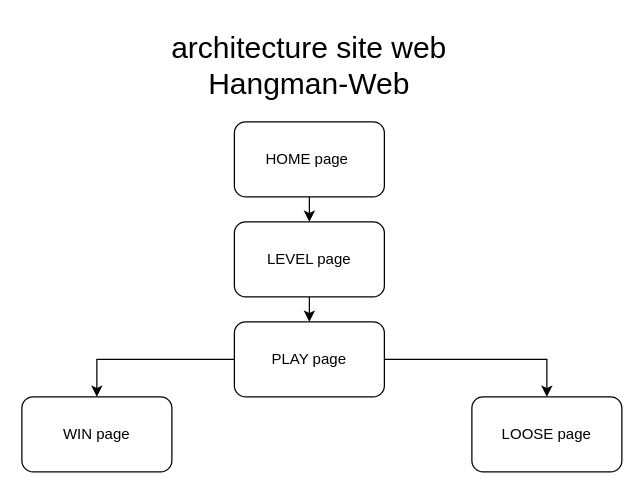
Above: ressource/ARCHITECTURE du site web.drawio in jolanallen/hangman-web (draw.io), before the change. Source tidied: cells renumbered, new cells numbered last; positions are measured from the earlier drawing's top-left corner, leaving out a move shared by most shapes. Both pictures are drawn from the tidied source at 125%, with x=0, y=0 at pixel (21, 21).
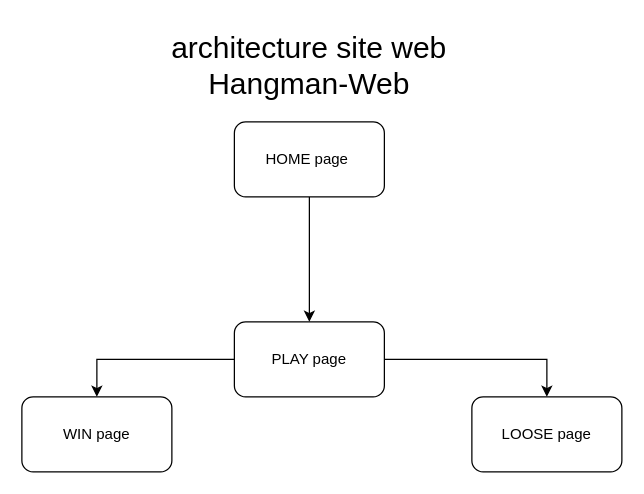
The same diagram, later.

What changed in the source:
```diff
@@
 <mxGraphModel>
   <root>
     <mxCell id="0" />
     <mxCell id="1" parent="0" />
-    <mxCell id="2" style="edgeStyle=orthogonalEdgeStyle;rounded=0;jettySize=auto;html=1;exitX=0.5;exitY=1;exitDx=0;exitDy=0;entryX=0.5;entryY=0;entryDx=0;entryDy=0;" parent="1" edge="1" source="3" target="5">
-      <mxGeometry relative="1" as="geometry" />
-    </mxCell>
     <mxCell id="3" value="HOME page&amp;nbsp;" style="rounded=1;whiteSpace=wrap;html=1;" parent="1" vertex="1">
       <mxGeometry x="170" y="80" width="120" height="60" as="geometry" />
     </mxCell>
-    <mxCell id="4" style="edgeStyle=orthogonalEdgeStyle;rounded=0;jettySize=auto;html=1;exitX=0.5;exitY=1;exitDx=0;exitDy=0;entryX=0.5;entryY=0;entryDx=0;entryDy=0;" parent="1" edge="1" source="5" target="8">
+    <mxCell id="4" style="edgeStyle=orthogonalEdgeStyle;rounded=0;jettySize=auto;html=1;entryX=0.5;entryY=0;entryDx=0;entryDy=0;" parent="1" edge="1" source="3" target="8">
       <mxGeometry relative="1" as="geometry" />
     </mxCell>
-    <mxCell id="5" value="LEVEL page" style="rounded=1;whiteSpace=wrap;html=1;" parent="1" vertex="1">
-      <mxGeometry x="170" y="160" width="120" height="60" as="geometry" />
-    </mxCell>
     <mxCell id="6" style="edgeStyle=orthogonalEdgeStyle;rounded=0;jettySize=auto;html=1;exitX=1;exitY=0.5;exitDx=0;exitDy=0;entryX=0.5;entryY=0;entryDx=0;entryDy=0;" parent="1" edge="1" source="8" target="10">
       <mxGeometry relative="1" as="geometry" />
     </mxCell>
     <mxCell id="7" style="edgeStyle=orthogonalEdgeStyle;rounded=0;jettySize=auto;html=1;exitX=0;exitY=0.5;exitDx=0;exitDy=0;entryX=0.5;entryY=0;entryDx=0;entryDy=0;" parent="1" edge="1" source="8" target="9">
       <mxGeometry relative="1" as="geometry" />
     </mxCell>
     <mxCell id="8" value="PLAY page" style="rounded=1;whiteSpace=wrap;html=1;" parent="1" vertex="1">
       <mxGeometry x="170" y="240" width="120" height="60" as="geometry" />
     </mxCell>
     <mxCell id="9" value="WIN page" style="rounded=1;whiteSpace=wrap;html=1;" parent="1" vertex="1">
       <mxGeometry y="300" width="120" height="60" as="geometry" />
     </mxCell>
     <mxCell id="10" value="LOOSE page" style="rounded=1;whiteSpace=wrap;html=1;" parent="1" vertex="1">
       <mxGeometry x="360" y="300" width="120" height="60" as="geometry" />
     </mxCell>
     <mxCell id="11" value="&lt;font style=&quot;font-size: 24px;&quot;&gt;architecture site web Hangman-Web&lt;/font&gt;" style="text;html=1;align=center;verticalAlign=middle;whiteSpace=wrap;rounded=0;" parent="1" vertex="1">
       <mxGeometry x="70" width="320" height="70" as="geometry" />
     </mxCell>
   </root>
 </mxGraphModel>
```
